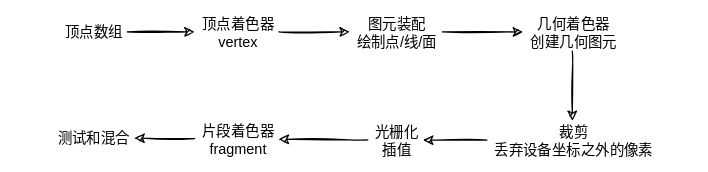
This is docs/manim/svgs/OpenGL-sequence.svg from widcardw/my-notes, a draw.io export, as it was before one commit. Source tidied: cells renumbered, new cells last; positions are measured from the earlier drawing's top-left corner, leaving out a move shared by most shapes.
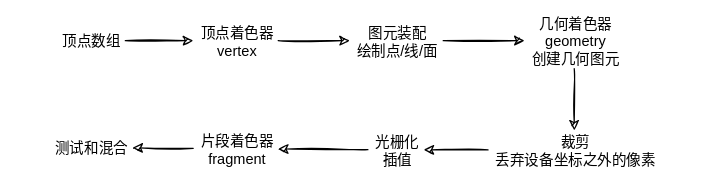
Above is the later version.

Diff of the diagram source:
```diff
@@ -23,8 +23,8 @@
     <mxCell id="8" style="edgeStyle=none;html=1;" parent="1" edge="1" source="9" target="11">
       <mxGeometry relative="1" as="geometry" />
     </mxCell>
-    <mxCell id="9" value="几何着色器&lt;br&gt;创建几何图元" style="text;html=1;align=center;verticalAlign=middle;points=[];strokeColor=none;" parent="1" vertex="1">
-      <mxGeometry x="393" width="82" height="32" as="geometry" />
+    <mxCell id="9" value="几何着色器&lt;br&gt;geometry&lt;br&gt;创建几何图元" style="text;html=1;align=center;verticalAlign=middle;points=[];strokeColor=none;" parent="1" vertex="1">
+      <mxGeometry x="393" y="-7" width="82" height="46" as="geometry" />
     </mxCell>
     <mxCell id="10" style="edgeStyle=none;html=1;" parent="1" edge="1" source="11" target="13">
       <mxGeometry relative="1" as="geometry" />
```
